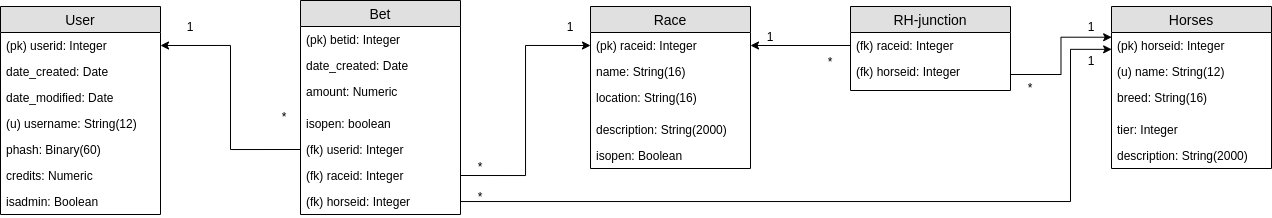
The draw.io diagram documentation/Totogram.png in Tykky/toto-betting, before a commit. Source tidied: cells renumbered, new cells last; positions are measured from the earlier drawing's top-left corner, leaving out a move shared by most shapes.
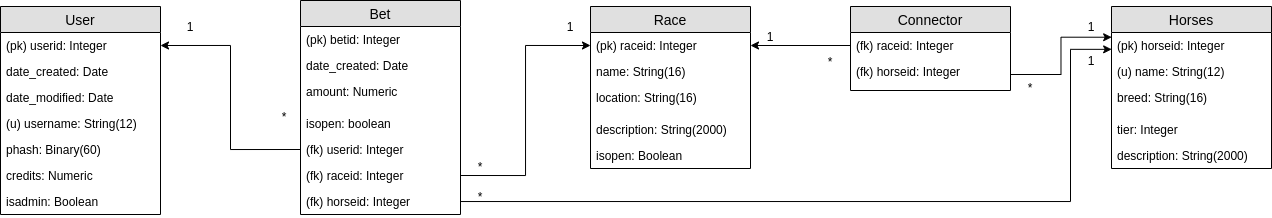
Later version of the same file.

Commit message:
Add connector table to db

Change to the diagram source:
```diff
@@ -104,7 +104,7 @@
     <mxCell id="35" value="description: String(2000)" style="text;strokeColor=none;fillColor=none;spacingLeft=4;spacingRight=4;overflow=hidden;fontSize=12;" parent="30" vertex="1">
       <mxGeometry y="136" width="160" height="26" as="geometry" />
     </mxCell>
-    <mxCell id="36" value="RH-junction" style="swimlane;fontStyle=0;horizontal=1;startSize=26;fillColor=#e0e0e0;swimlaneFillColor=#ffffff;align=center;fontSize=14;" parent="1" vertex="1">
+    <mxCell id="36" value="Connector" style="swimlane;fontStyle=0;horizontal=1;startSize=26;fillColor=#e0e0e0;swimlaneFillColor=#ffffff;align=center;fontSize=14;" parent="1" vertex="1">
       <mxGeometry x="850" y="6" width="160" height="84" as="geometry" />
     </mxCell>
     <mxCell id="37" value="(fk) raceid: Integer" style="text;strokeColor=none;fillColor=none;spacingLeft=4;spacingRight=4;overflow=hidden;points=[[0,0.5],[1,0.5]];portConstraint=eastwest;fontSize=12;" parent="36" vertex="1">
```
